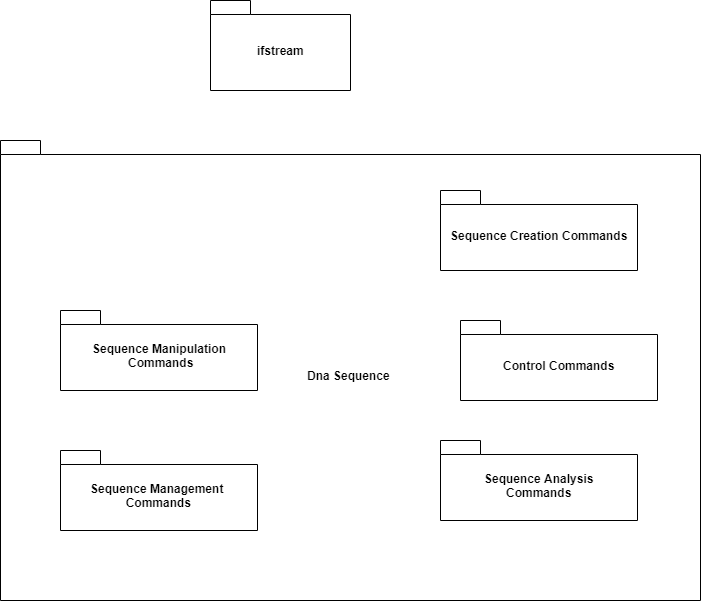
The draw.io diagram PackageDiagram.png in shoamco/dna-analyzer, before a commit. Source tidied: cells renumbered, new cells last; positions are measured from the earlier drawing's top-left corner, leaving out a move shared by most shapes. Its diagram source:
```xml
<mxGraphModel>
  <root>
    <mxCell id="0" />
    <mxCell id="1" parent="0" />
    <mxCell id="2" value="Dna Sequence&amp;nbsp;" style="shape=folder;fontStyle=1;spacingTop=10;tabWidth=40;tabHeight=14;tabPosition=left;html=1;" parent="1" vertex="1">
      <mxGeometry y="140" width="700" height="460" as="geometry" />
    </mxCell>
    <mxCell id="3" value="ifstream" style="shape=folder;fontStyle=1;spacingTop=10;tabWidth=40;tabHeight=14;tabPosition=left;html=1;" parent="1" vertex="1">
      <mxGeometry x="210" width="140" height="90" as="geometry" />
    </mxCell>
    <mxCell id="4" value="Sequence Creation Commands&lt;br&gt;" style="shape=folder;fontStyle=1;spacingTop=10;tabWidth=40;tabHeight=14;tabPosition=left;html=1;" parent="1" vertex="1">
      <mxGeometry x="440" y="190" width="197" height="80" as="geometry" />
    </mxCell>
    <mxCell id="5" value="Sequence Manipulation &lt;br&gt;Commands" style="shape=folder;fontStyle=1;spacingTop=10;tabWidth=40;tabHeight=14;tabPosition=left;html=1;" parent="1" vertex="1">
      <mxGeometry x="60" y="310" width="197" height="80" as="geometry" />
    </mxCell>
    <mxCell id="6" value="Sequence Management&amp;nbsp;&lt;br&gt;Commands" style="shape=folder;fontStyle=1;spacingTop=10;tabWidth=40;tabHeight=14;tabPosition=left;html=1;" parent="1" vertex="1">
      <mxGeometry x="60" y="450" width="197" height="80" as="geometry" />
    </mxCell>
    <mxCell id="7" value="Sequence Analysis&lt;br&gt;Commands" style="shape=folder;fontStyle=1;spacingTop=10;tabWidth=40;tabHeight=14;tabPosition=left;html=1;" parent="1" vertex="1">
      <mxGeometry x="440" y="440" width="197" height="80" as="geometry" />
    </mxCell>
    <mxCell id="8" value="Control Commands" style="shape=folder;fontStyle=1;spacingTop=10;tabWidth=40;tabHeight=14;tabPosition=left;html=1;" parent="1" vertex="1">
      <mxGeometry x="460" y="320" width="197" height="80" as="geometry" />
    </mxCell>
  </root>
</mxGraphModel>
```
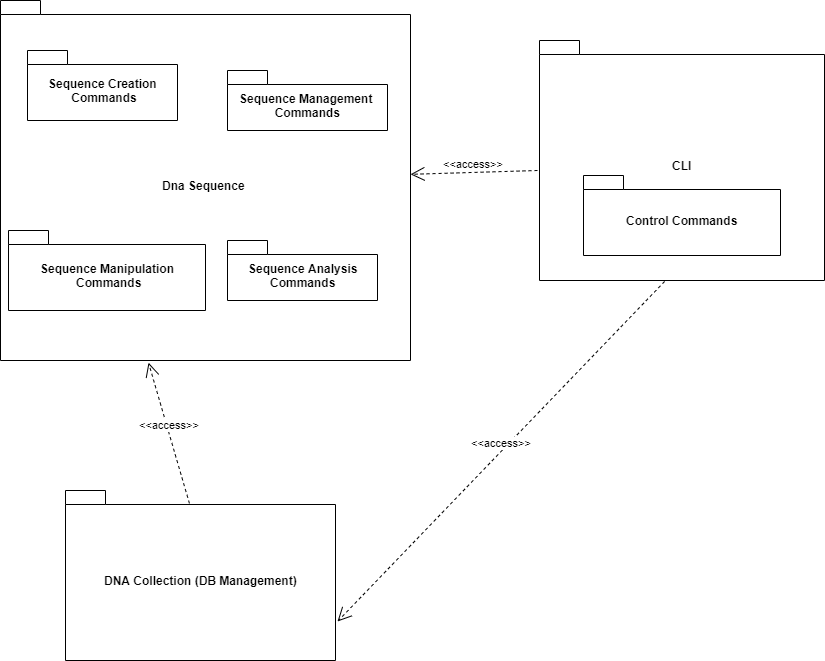
The same file after the commit.

Commit message:
Phase 1-refactor package diagram

The edit, as a diff of the source:
```diff
@@ -3,25 +3,41 @@
     <mxCell id="0" />
     <mxCell id="1" parent="0" />
     <mxCell id="2" value="Dna Sequence&amp;nbsp;" style="shape=folder;fontStyle=1;spacingTop=10;tabWidth=40;tabHeight=14;tabPosition=left;html=1;" parent="1" vertex="1">
-      <mxGeometry y="140" width="700" height="460" as="geometry" />
+      <mxGeometry x="-67" y="20" width="410" height="360" as="geometry" />
     </mxCell>
-    <mxCell id="3" value="ifstream" style="shape=folder;fontStyle=1;spacingTop=10;tabWidth=40;tabHeight=14;tabPosition=left;html=1;" parent="1" vertex="1">
-      <mxGeometry x="210" width="140" height="90" as="geometry" />
-    </mxCell>
-    <mxCell id="4" value="Sequence Creation Commands&lt;br&gt;" style="shape=folder;fontStyle=1;spacingTop=10;tabWidth=40;tabHeight=14;tabPosition=left;html=1;" parent="1" vertex="1">
-      <mxGeometry x="440" y="190" width="197" height="80" as="geometry" />
+    <mxCell id="4" value="Sequence Creation &lt;br&gt;Commands" style="shape=folder;fontStyle=1;spacingTop=10;tabWidth=40;tabHeight=14;tabPosition=left;html=1;" parent="1" vertex="1">
+      <mxGeometry x="-40" y="70" width="150" height="70" as="geometry" />
     </mxCell>
     <mxCell id="5" value="Sequence Manipulation &lt;br&gt;Commands" style="shape=folder;fontStyle=1;spacingTop=10;tabWidth=40;tabHeight=14;tabPosition=left;html=1;" parent="1" vertex="1">
-      <mxGeometry x="60" y="310" width="197" height="80" as="geometry" />
+      <mxGeometry x="-59" y="250" width="197" height="80" as="geometry" />
     </mxCell>
     <mxCell id="6" value="Sequence Management&amp;nbsp;&lt;br&gt;Commands" style="shape=folder;fontStyle=1;spacingTop=10;tabWidth=40;tabHeight=14;tabPosition=left;html=1;" parent="1" vertex="1">
-      <mxGeometry x="60" y="450" width="197" height="80" as="geometry" />
+      <mxGeometry x="160" y="90" width="160" height="60" as="geometry" />
     </mxCell>
     <mxCell id="7" value="Sequence Analysis&lt;br&gt;Commands" style="shape=folder;fontStyle=1;spacingTop=10;tabWidth=40;tabHeight=14;tabPosition=left;html=1;" parent="1" vertex="1">
-      <mxGeometry x="440" y="440" width="197" height="80" as="geometry" />
+      <mxGeometry x="160" y="260" width="150" height="60" as="geometry" />
     </mxCell>
+    <mxCell id="9" value="CLI" style="shape=folder;fontStyle=1;spacingTop=10;tabWidth=40;tabHeight=14;tabPosition=left;html=1;" parent="1" vertex="1">
+      <mxGeometry x="472" y="60" width="285" height="240" as="geometry" />
+    </mxCell>
+    <mxCell id="10" value="DNA Collection (DB Management)" style="shape=folder;fontStyle=1;spacingTop=10;tabWidth=40;tabHeight=14;tabPosition=left;html=1;" parent="1" vertex="1">
+      <mxGeometry x="-2" y="510" width="270" height="170" as="geometry" />
+    </mxCell>
     <mxCell id="8" value="Control Commands" style="shape=folder;fontStyle=1;spacingTop=10;tabWidth=40;tabHeight=14;tabPosition=left;html=1;" parent="1" vertex="1">
-      <mxGeometry x="460" y="320" width="197" height="80" as="geometry" />
+      <mxGeometry x="516" y="195" width="197" height="80" as="geometry" />
     </mxCell>
+    <mxCell id="11" value="&amp;lt;&amp;lt;access&amp;gt;&amp;gt;" style="edgeStyle=none;html=1;endArrow=open;endSize=12;dashed=1;verticalAlign=bottom;exitX=0.459;exitY=0.076;exitDx=0;exitDy=0;exitPerimeter=0;entryX=0.361;entryY=1.006;entryDx=0;entryDy=0;entryPerimeter=0;" parent="1" edge="1" source="10" target="2">
+      <mxGeometry relative="1" as="geometry" />
+    </mxCell>
+    <mxCell id="12" value="&amp;lt;&amp;lt;access&amp;gt;&amp;gt;" style="edgeStyle=none;html=1;endArrow=open;endSize=12;dashed=1;verticalAlign=bottom;" parent="1" edge="1" target="2">
+      <mxGeometry relative="1" as="geometry">
+        <mxPoint x="470" y="190" as="sourcePoint" />
+      </mxGeometry>
+    </mxCell>
+    <mxCell id="13" value="&amp;lt;&amp;lt;access&amp;gt;&amp;gt;" style="edgeStyle=none;html=1;endArrow=open;endSize=12;dashed=1;verticalAlign=bottom;exitX=0.439;exitY=1.004;exitDx=0;exitDy=0;exitPerimeter=0;" parent="1" edge="1" source="9">
+      <mxGeometry relative="1" as="geometry">
+        <mxPoint x="270" y="641" as="targetPoint" />
+      </mxGeometry>
+    </mxCell>
   </root>
 </mxGraphModel>
```
